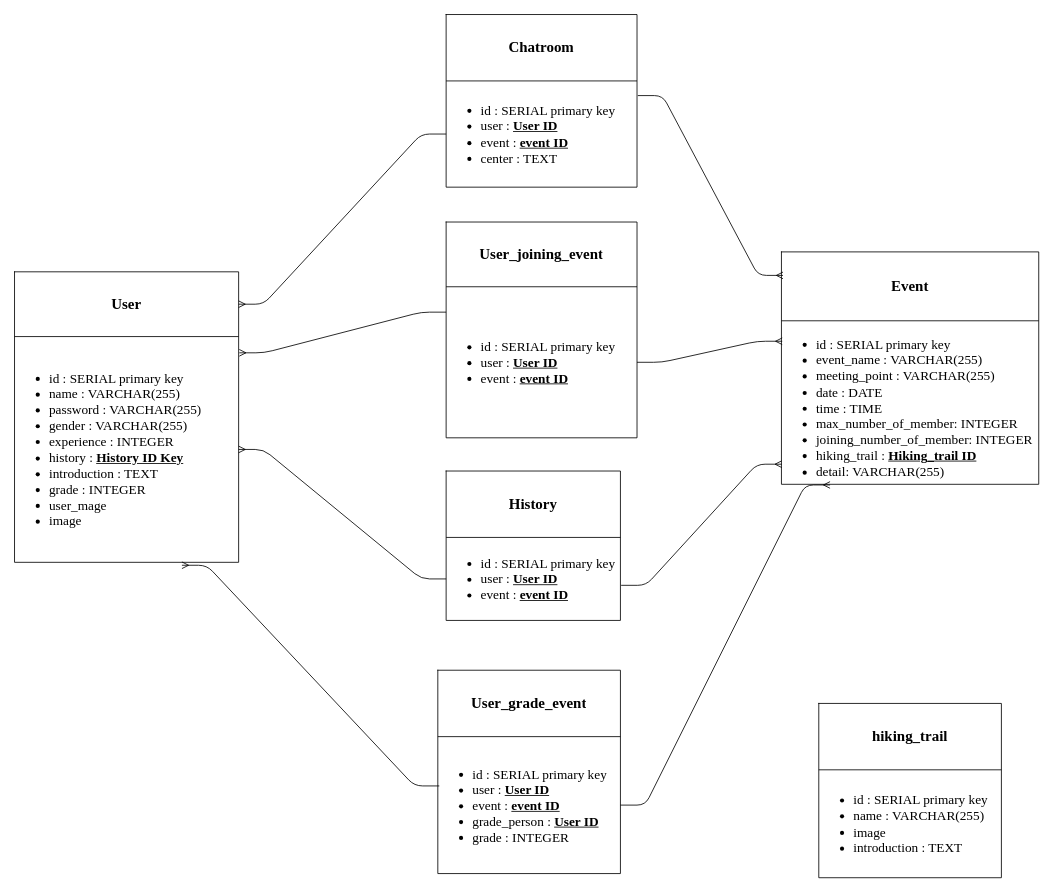
Before: ERD/ERD.drawio in timven2004/letsHike, a draw.io diagram. Source tidied: cells renumbered, new cells numbered last; positions are measured from the earlier drawing's top-left corner, leaving out a move shared by most shapes. Both pictures are drawn from the tidied source at 83%, with x=0, y=0 at pixel (14, 14).
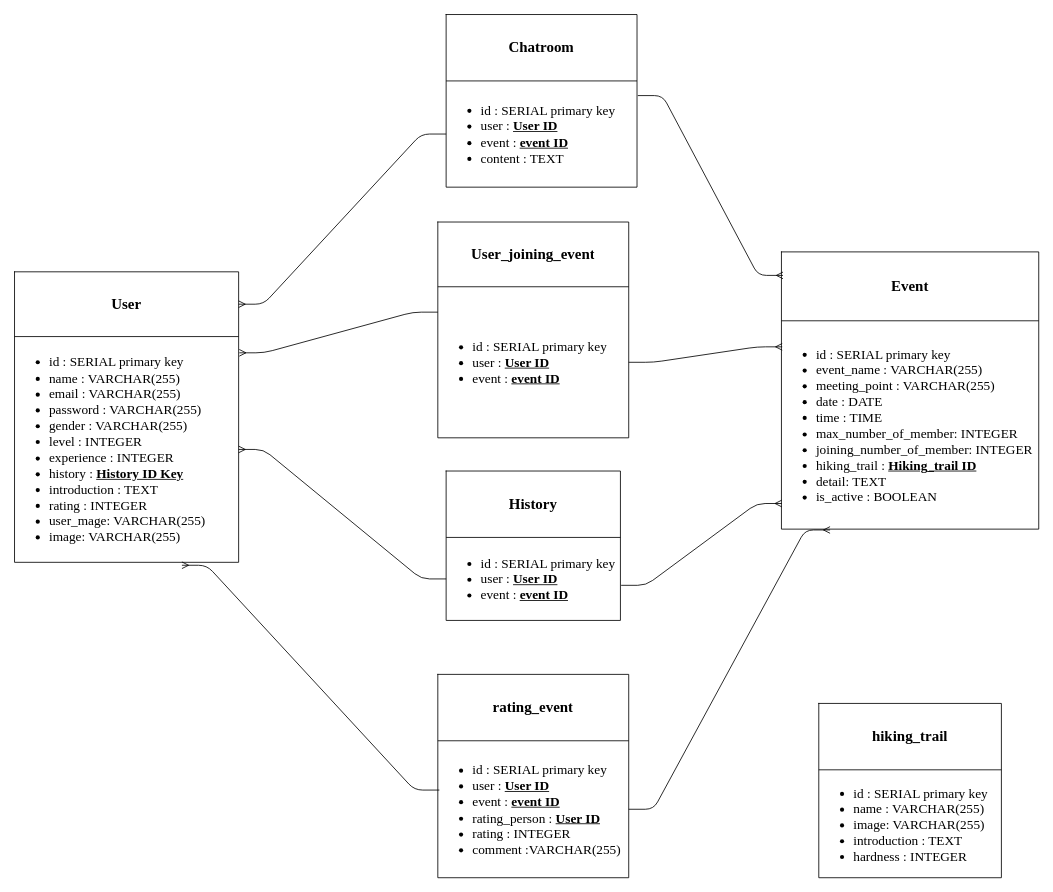
After the change.

Unchanged cells that the change refers to:
```xml
<mxCell id="5" style="shape=partialRectangle;html=1;whiteSpace=wrap;fillColor=none;top=0;left=0;bottom=0;right=0;points=[[0,0.5],[1,0.5]];portConstraint=eastwest;" parent="2" vertex="1">
  <mxGeometry y="78" width="270" height="272" as="geometry" />
</mxCell>
<mxCell id="20" style="shape=partialRectangle;html=1;whiteSpace=wrap;fillColor=none;top=0;left=0;bottom=0;right=0;" parent="17" vertex="1">
  <mxGeometry y="80" width="220" height="130" as="geometry" />
</mxCell>
<mxCell id="25" style="shape=partialRectangle;html=1;whiteSpace=wrap;fillColor=none;top=0;left=0;bottom=0;right=0;points=[[0,0.5],[1,0.5]];portConstraint=eastwest;" parent="22" vertex="1">
  <mxGeometry y="80" width="230" height="128" as="geometry" />
</mxCell>
```

What changed in the source:
```diff
@@
-    <mxCell id="6" value="&lt;ul style=&quot;font-family: &amp;#34;times new roman&amp;#34; ; font-size: medium&quot;&gt;&lt;li&gt;id : SERIAL primary key&lt;/li&gt;&lt;li&gt;name : VARCHAR(255)&lt;/li&gt;&lt;li&gt;password : VARCHAR(255)&lt;/li&gt;&lt;li&gt;gender : VARCHAR(255)&lt;/li&gt;&lt;li&gt;experience : INTEGER&lt;/li&gt;&lt;li&gt;history : &lt;u&gt;&lt;b&gt;History ID Key&lt;/b&gt;&lt;/u&gt;&lt;/li&gt;&lt;li&gt;introduction : TEXT&lt;/li&gt;&lt;li&gt;grade : INTEGER&lt;/li&gt;&lt;li&gt;user_mage&lt;/li&gt;&lt;li&gt;image&lt;/li&gt;&lt;/ul&gt;" style="shape=partialRectangle;html=1;whiteSpace=wrap;overflow=hidden;fillColor=none;top=0;left=0;bottom=0;right=0;align=left;" parent="5" vertex="1">
+    <mxCell id="6" value="&lt;ul style=&quot;font-family: &amp;#34;times new roman&amp;#34; ; font-size: medium&quot;&gt;&lt;li&gt;id : SERIAL primary key&lt;/li&gt;&lt;li&gt;name : VARCHAR(255)&lt;/li&gt;&lt;li&gt;email : VARCHAR(255)&lt;/li&gt;&lt;li&gt;password : VARCHAR(255)&lt;/li&gt;&lt;li&gt;gender : VARCHAR(255)&lt;/li&gt;&lt;li&gt;level : INTEGER&lt;/li&gt;&lt;li&gt;experience : INTEGER&lt;/li&gt;&lt;li&gt;history : &lt;u&gt;&lt;b&gt;History ID Key&lt;/b&gt;&lt;/u&gt;&lt;/li&gt;&lt;li&gt;introduction : TEXT&lt;/li&gt;&lt;li&gt;rating : INTEGER&lt;/li&gt;&lt;li&gt;user_mage: VARCHAR(255)&lt;/li&gt;&lt;li&gt;image: VARCHAR(255)&lt;/li&gt;&lt;/ul&gt;" style="shape=partialRectangle;html=1;whiteSpace=wrap;overflow=hidden;fillColor=none;top=0;left=0;bottom=0;right=0;align=left;" parent="5" vertex="1">
       <mxGeometry width="270" height="272" as="geometry" />
     </mxCell>
     <mxCell id="7" style="shape=table;html=1;whiteSpace=wrap;startSize=0;childLayout=tableLayout;" parent="1" vertex="1">
-      <mxGeometry x="520" y="250" width="230" height="260" as="geometry" />
+      <mxGeometry x="510" y="250" width="230" height="260" as="geometry" />
     </mxCell>
@@
-    <mxCell id="21" value="&lt;ul style=&quot;font-family: &amp;#34;times new roman&amp;#34; ; font-size: medium&quot;&gt;&lt;li&gt;id : SERIAL primary key&lt;/li&gt;&lt;li&gt;name : VARCHAR(255)&lt;/li&gt;&lt;li&gt;image&lt;/li&gt;&lt;li&gt;introduction : TEXT&lt;/li&gt;&lt;/ul&gt;" style="shape=partialRectangle;html=1;whiteSpace=wrap;overflow=hidden;fillColor=none;top=0;left=0;bottom=0;right=0;align=left;" parent="20" vertex="1">
+    <mxCell id="21" value="&lt;ul style=&quot;font-family: &amp;#34;times new roman&amp;#34; ; font-size: medium&quot;&gt;&lt;li&gt;id : SERIAL primary key&lt;/li&gt;&lt;li&gt;name : VARCHAR(255)&lt;/li&gt;&lt;li&gt;image: VARCHAR(255)&lt;/li&gt;&lt;li&gt;introduction : TEXT&lt;/li&gt;&lt;li&gt;hardness : INTEGER&lt;/li&gt;&lt;/ul&gt;" style="shape=partialRectangle;html=1;whiteSpace=wrap;overflow=hidden;fillColor=none;top=0;left=0;bottom=0;right=0;align=left;" parent="20" vertex="1">
       <mxGeometry width="220" height="130" as="geometry" />
     </mxCell>
@@
-    <mxCell id="26" value="&lt;ul style=&quot;font-family: &amp;#34;times new roman&amp;#34; ; font-size: medium&quot;&gt;&lt;li&gt;id : SERIAL primary key&lt;/li&gt;&lt;li&gt;user : &lt;b&gt;&lt;u&gt;User ID&lt;/u&gt;&lt;/b&gt;&lt;/li&gt;&lt;li&gt;event : &lt;b&gt;&lt;u&gt;event ID&lt;/u&gt;&lt;/b&gt;&lt;/li&gt;&lt;li&gt;center : TEXT&lt;/li&gt;&lt;/ul&gt;" style="shape=partialRectangle;html=1;whiteSpace=wrap;overflow=hidden;fillColor=none;top=0;left=0;bottom=0;right=0;align=left;" parent="25" vertex="1">
+    <mxCell id="26" value="&lt;ul style=&quot;font-family: &amp;#34;times new roman&amp;#34; ; font-size: medium&quot;&gt;&lt;li&gt;id : SERIAL primary key&lt;/li&gt;&lt;li&gt;user : &lt;b&gt;&lt;u&gt;User ID&lt;/u&gt;&lt;/b&gt;&lt;/li&gt;&lt;li&gt;event : &lt;b&gt;&lt;u&gt;event ID&lt;/u&gt;&lt;/b&gt;&lt;/li&gt;&lt;li&gt;content : TEXT&lt;/li&gt;&lt;/ul&gt;" style="shape=partialRectangle;html=1;whiteSpace=wrap;overflow=hidden;fillColor=none;top=0;left=0;bottom=0;right=0;align=left;" parent="25" vertex="1">
       <mxGeometry width="230" height="128" as="geometry" />
     </mxCell>
     <mxCell id="27" style="shape=table;html=1;whiteSpace=wrap;startSize=0;childLayout=tableLayout;" parent="1" vertex="1">
-      <mxGeometry x="924" y="286" width="310" height="280" as="geometry" />
+      <mxGeometry x="924" y="286" width="310" height="334" as="geometry" />
     </mxCell>
@@
     <mxCell id="30" style="shape=partialRectangle;html=1;whiteSpace=wrap;fillColor=none;top=0;left=0;bottom=0;right=0;points=[[0,0.5],[1,0.5]];portConstraint=eastwest;" parent="27" vertex="1">
-      <mxGeometry y="83" width="310" height="197" as="geometry" />
+      <mxGeometry y="83" width="310" height="251" as="geometry" />
     </mxCell>
-    <mxCell id="31" value="&lt;ul style=&quot;font-family: &amp;#34;times new roman&amp;#34; ; font-size: medium&quot;&gt;&lt;li&gt;id : SERIAL primary key&lt;/li&gt;&lt;li&gt;event_name : VARCHAR(255)&lt;/li&gt;&lt;li&gt;meeting_point : VARCHAR(255)&lt;/li&gt;&lt;li&gt;date : DATE&lt;/li&gt;&lt;li&gt;time : TIME&lt;/li&gt;&lt;li&gt;max_number_of_member: INTEGER&lt;/li&gt;&lt;li&gt;joining_number_of_member: INTEGER&lt;/li&gt;&lt;li&gt;hiking_trail :&amp;nbsp;&lt;b&gt;&lt;u&gt;Hiking_trail ID&lt;/u&gt;&lt;/b&gt;&lt;/li&gt;&lt;li&gt;detail: VARCHAR(255)&lt;/li&gt;&lt;/ul&gt;" style="shape=partialRectangle;html=1;whiteSpace=wrap;overflow=hidden;fillColor=none;top=0;left=0;bottom=0;right=0;align=left;" parent="30" vertex="1">
-      <mxGeometry width="310" height="197" as="geometry" />
+    <mxCell id="31" value="&lt;ul style=&quot;font-family: &amp;#34;times new roman&amp;#34; ; font-size: medium&quot;&gt;&lt;li&gt;id : SERIAL primary key&lt;/li&gt;&lt;li&gt;event_name : VARCHAR(255)&lt;/li&gt;&lt;li&gt;meeting_point : VARCHAR(255)&lt;/li&gt;&lt;li&gt;date : DATE&lt;/li&gt;&lt;li&gt;time : TIME&lt;/li&gt;&lt;li&gt;max_number_of_member: INTEGER&lt;/li&gt;&lt;li&gt;joining_number_of_member: INTEGER&lt;/li&gt;&lt;li&gt;hiking_trail :&amp;nbsp;&lt;b&gt;&lt;u&gt;Hiking_trail ID&lt;/u&gt;&lt;/b&gt;&lt;/li&gt;&lt;li&gt;detail: TEXT&lt;/li&gt;&lt;li&gt;is_active : BOOLEAN&lt;/li&gt;&lt;/ul&gt;" style="shape=partialRectangle;html=1;whiteSpace=wrap;overflow=hidden;fillColor=none;top=0;left=0;bottom=0;right=0;align=left;" parent="30" vertex="1">
+      <mxGeometry width="310" height="251" as="geometry" />
     </mxCell>
     <mxCell id="32" style="shape=table;html=1;whiteSpace=wrap;startSize=0;childLayout=tableLayout;" parent="1" vertex="1">
-      <mxGeometry x="510" y="790" width="220" height="245" as="geometry" />
+      <mxGeometry x="510" y="795" width="230" height="245" as="geometry" />
     </mxCell>
     <mxCell id="33" style="shape=partialRectangle;html=1;whiteSpace=wrap;fillColor=none;top=0;left=0;bottom=0;right=0;" parent="32" vertex="1">
-      <mxGeometry width="220" height="80" as="geometry" />
+      <mxGeometry width="230" height="80" as="geometry" />
     </mxCell>
-    <mxCell id="34" value="&lt;h2 style=&quot;font-family: &amp;#34;times new roman&amp;#34;&quot;&gt;&lt;span style=&quot;background-color: rgb(255 , 255 , 255)&quot;&gt;User_grade_event&lt;/span&gt;&lt;/h2&gt;" style="shape=partialRectangle;html=1;whiteSpace=wrap;overflow=hidden;fillColor=none;top=0;left=0;bottom=0;right=0;" parent="33" vertex="1">
-      <mxGeometry width="220" height="80" as="geometry" />
+    <mxCell id="34" value="&lt;h2 style=&quot;font-family: &amp;#34;times new roman&amp;#34;&quot;&gt;&lt;span style=&quot;background-color: rgb(255 , 255 , 255)&quot;&gt;rating_event&lt;/span&gt;&lt;/h2&gt;" style="shape=partialRectangle;html=1;whiteSpace=wrap;overflow=hidden;fillColor=none;top=0;left=0;bottom=0;right=0;" parent="33" vertex="1">
+      <mxGeometry width="230" height="80" as="geometry" />
     </mxCell>
     <mxCell id="35" style="shape=partialRectangle;html=1;whiteSpace=wrap;fillColor=none;top=0;left=0;bottom=0;right=0;points=[[0,0.5],[1,0.5]];portConstraint=eastwest;" parent="32" vertex="1">
-      <mxGeometry y="80" width="220" height="165" as="geometry" />
+      <mxGeometry y="80" width="230" height="165" as="geometry" />
     </mxCell>
-    <mxCell id="36" value="&lt;ul style=&quot;font-family: &amp;#34;times new roman&amp;#34; ; font-size: medium&quot;&gt;&lt;li&gt;id : SERIAL primary key&lt;/li&gt;&lt;li&gt;user : &lt;b&gt;&lt;u&gt;User ID&lt;/u&gt;&lt;/b&gt;&lt;/li&gt;&lt;li&gt;event : &lt;b&gt;&lt;u&gt;event ID&lt;/u&gt;&lt;/b&gt;&lt;/li&gt;&lt;li&gt;grade_person : &lt;b&gt;&lt;u&gt;User ID&lt;/u&gt;&lt;/b&gt;&lt;/li&gt;&lt;li&gt;grade : INTEGER&lt;/li&gt;&lt;/ul&gt;" style="shape=partialRectangle;html=1;whiteSpace=wrap;overflow=hidden;fillColor=none;top=0;left=0;bottom=0;right=0;align=left;" parent="35" vertex="1">
-      <mxGeometry width="220" height="165" as="geometry" />
+    <mxCell id="36" value="&lt;ul style=&quot;font-family: &amp;#34;times new roman&amp;#34; ; font-size: medium&quot;&gt;&lt;li&gt;id : SERIAL primary key&lt;/li&gt;&lt;li&gt;user : &lt;b&gt;&lt;u&gt;User ID&lt;/u&gt;&lt;/b&gt;&lt;/li&gt;&lt;li&gt;event : &lt;b&gt;&lt;u&gt;event ID&lt;/u&gt;&lt;/b&gt;&lt;/li&gt;&lt;li&gt;rating_person : &lt;b&gt;&lt;u&gt;User ID&lt;/u&gt;&lt;/b&gt;&lt;/li&gt;&lt;li&gt;rating : INTEGER&lt;/li&gt;&lt;li&gt;comment :VARCHAR(255)&lt;/li&gt;&lt;/ul&gt;" style="shape=partialRectangle;html=1;whiteSpace=wrap;overflow=hidden;fillColor=none;top=0;left=0;bottom=0;right=0;align=left;" parent="35" vertex="1">
+      <mxGeometry width="230" height="165" as="geometry" />
     </mxCell>
```
